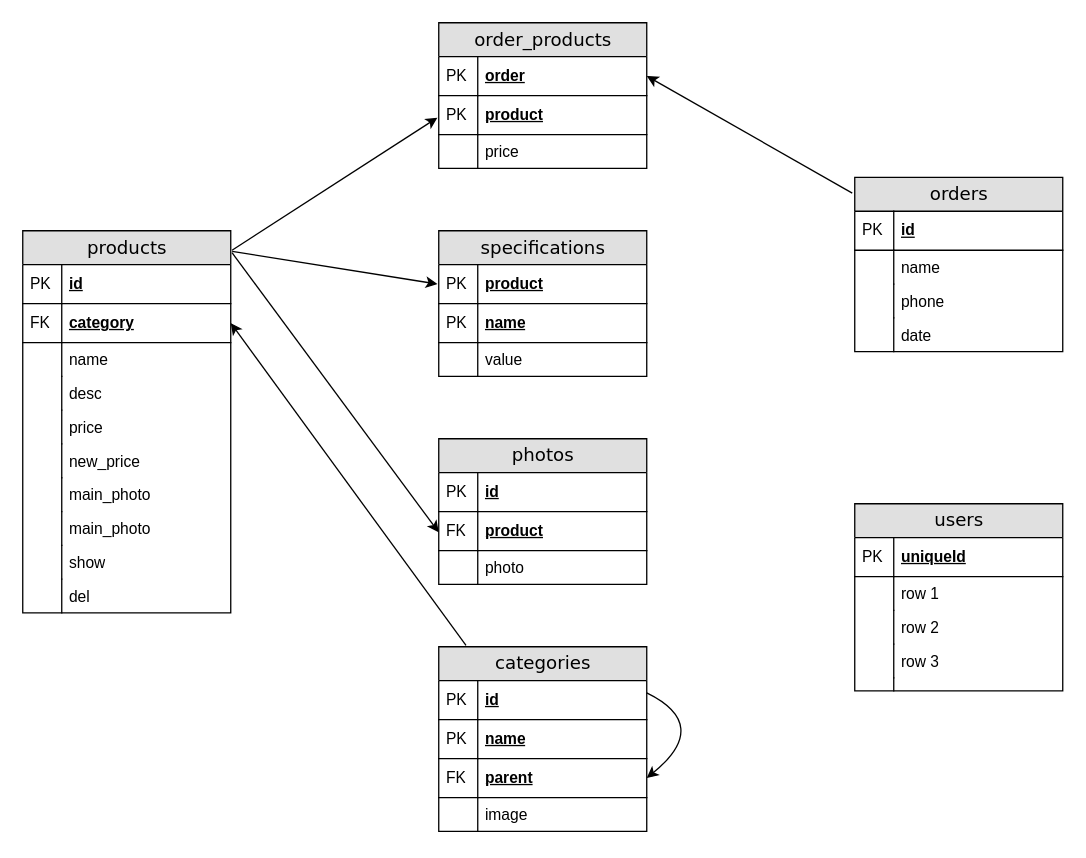
Before: schema.drawio in ahr9n/delivery-food, a draw.io diagram. Source tidied: cells renumbered, new cells numbered last; positions are measured from the earlier drawing's top-left corner, leaving out a move shared by most shapes. Both pictures are drawn from the tidied source at 130%, with x=0, y=0 at pixel (22, 22).
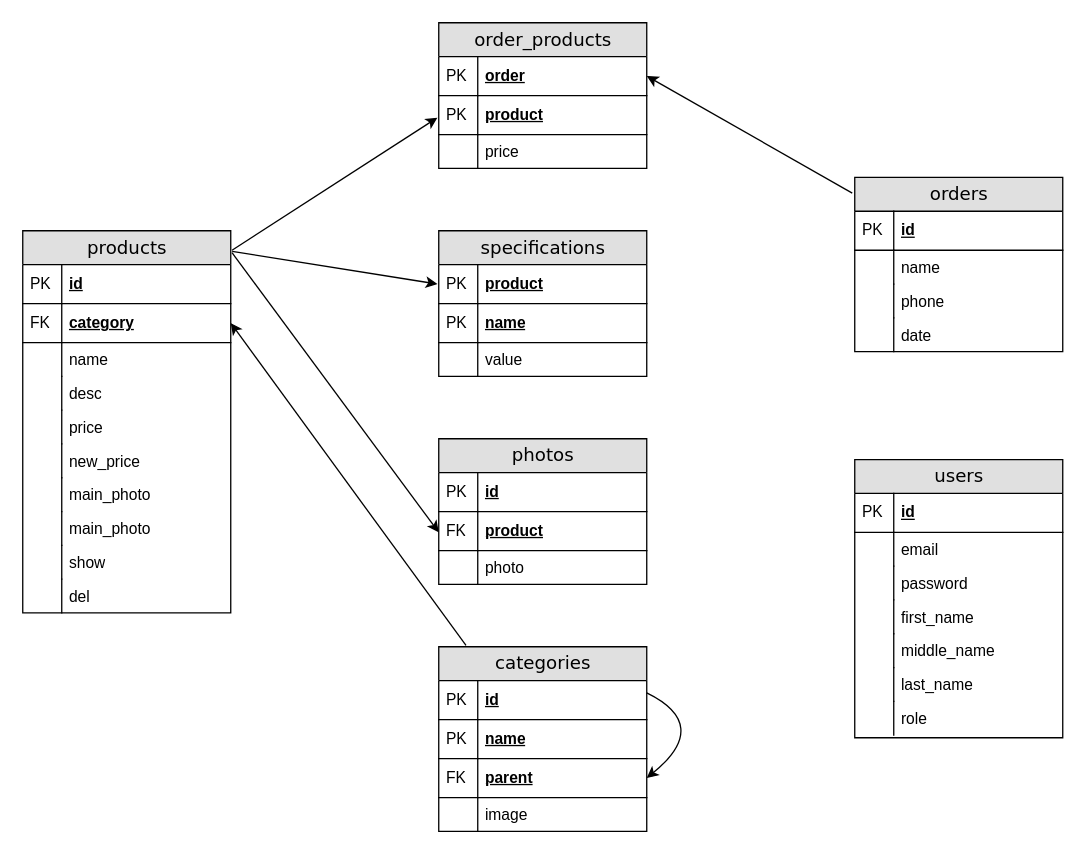
The same diagram, later.

Diff of the diagram source:
```diff
@@
     <mxCell id="16" value="users" style="swimlane;html=1;fontStyle=0;horizontal=1;startSize=26;fillColor=#e0e0e0;swimlaneFillColor=#ffffff;align=center;rounded=0;shadow=0;comic=0;labelBackgroundColor=none;strokeWidth=1;fontFamily=Verdana;fontSize=14;" parent="1" vertex="1">
-      <mxGeometry x="640" y="370" width="160" height="144" as="geometry" />
+      <mxGeometry x="640" y="336" width="160" height="214" as="geometry" />
     </mxCell>
-    <mxCell id="17" value="uniqueId" style="shape=partialRectangle;top=0;left=0;right=0;bottom=1;html=1;align=left;verticalAlign=middle;fillColor=none;spacingLeft=34;spacingRight=4;whiteSpace=wrap;overflow=hidden;fontStyle=5;" parent="16" vertex="1">
+    <mxCell id="17" value="id" style="shape=partialRectangle;top=0;left=0;right=0;bottom=1;html=1;align=left;verticalAlign=middle;fillColor=none;spacingLeft=34;spacingRight=4;whiteSpace=wrap;overflow=hidden;fontStyle=5;" parent="16" vertex="1">
       <mxGeometry y="26" width="160" height="30" as="geometry" />
     </mxCell>
@@
-    <mxCell id="19" value="row 1" style="shape=partialRectangle;top=0;left=0;right=0;bottom=0;html=1;align=left;verticalAlign=top;fillColor=none;spacingLeft=34;spacingRight=4;whiteSpace=wrap;overflow=hidden;" parent="16" vertex="1">
+    <mxCell id="19" value="email" style="shape=partialRectangle;top=0;left=0;right=0;bottom=0;html=1;align=left;verticalAlign=top;fillColor=none;spacingLeft=34;spacingRight=4;whiteSpace=wrap;overflow=hidden;" parent="16" vertex="1">
       <mxGeometry y="56" width="160" height="26" as="geometry" />
     </mxCell>
@@
-    <mxCell id="21" value="row 2" style="shape=partialRectangle;top=0;left=0;right=0;bottom=0;html=1;align=left;verticalAlign=top;fillColor=none;spacingLeft=34;spacingRight=4;whiteSpace=wrap;overflow=hidden;" parent="16" vertex="1">
+    <mxCell id="21" value="password" style="shape=partialRectangle;top=0;left=0;right=0;bottom=0;html=1;align=left;verticalAlign=top;fillColor=none;spacingLeft=34;spacingRight=4;whiteSpace=wrap;overflow=hidden;" parent="16" vertex="1">
       <mxGeometry y="82" width="160" height="26" as="geometry" />
     </mxCell>
@@
+    <mxCell id="79" value="first_name" style="shape=partialRectangle;top=0;left=0;right=0;bottom=0;html=1;align=left;verticalAlign=top;fillColor=none;spacingLeft=34;spacingRight=4;whiteSpace=wrap;overflow=hidden;" parent="16" vertex="1">
+      <mxGeometry y="108" width="160" height="26" as="geometry" />
+    </mxCell>
+    <mxCell id="80" style="shape=partialRectangle;top=0;left=0;bottom=0;html=1;fillColor=none;align=left;verticalAlign=top;spacingLeft=4;spacingRight=4;whiteSpace=wrap;overflow=hidden;" parent="79" vertex="1">
+      <mxGeometry width="30" height="26" as="geometry" />
+    </mxCell>
+    <mxCell id="81" value="middle_name" style="shape=partialRectangle;top=0;left=0;right=0;bottom=0;html=1;align=left;verticalAlign=top;fillColor=none;spacingLeft=34;spacingRight=4;whiteSpace=wrap;overflow=hidden;" parent="16" vertex="1">
+      <mxGeometry y="134" width="160" height="26" as="geometry" />
+    </mxCell>
+    <mxCell id="82" style="shape=partialRectangle;top=0;left=0;bottom=0;html=1;fillColor=none;align=left;verticalAlign=top;spacingLeft=4;spacingRight=4;whiteSpace=wrap;overflow=hidden;" parent="81" vertex="1">
+      <mxGeometry width="30" height="26" as="geometry" />
+    </mxCell>
+    <mxCell id="83" value="last_name" style="shape=partialRectangle;top=0;left=0;right=0;bottom=0;html=1;align=left;verticalAlign=top;fillColor=none;spacingLeft=34;spacingRight=4;whiteSpace=wrap;overflow=hidden;" parent="16" vertex="1">
+      <mxGeometry y="160" width="160" height="26" as="geometry" />
+    </mxCell>
+    <mxCell id="84" style="shape=partialRectangle;top=0;left=0;bottom=0;html=1;fillColor=none;align=left;verticalAlign=top;spacingLeft=4;spacingRight=4;whiteSpace=wrap;overflow=hidden;" parent="83" vertex="1">
+      <mxGeometry width="30" height="26" as="geometry" />
+    </mxCell>
-    <mxCell id="23" value="row 3" style="shape=partialRectangle;top=0;left=0;right=0;bottom=0;html=1;align=left;verticalAlign=top;fillColor=none;spacingLeft=34;spacingRight=4;whiteSpace=wrap;overflow=hidden;" parent="16" vertex="1">
-      <mxGeometry y="108" width="160" height="26" as="geometry" />
+    <mxCell id="23" value="role" style="shape=partialRectangle;top=0;left=0;right=0;bottom=0;html=1;align=left;verticalAlign=top;fillColor=none;spacingLeft=34;spacingRight=4;whiteSpace=wrap;overflow=hidden;" parent="16" vertex="1">
+      <mxGeometry y="186" width="160" height="26" as="geometry" />
     </mxCell>
@@
-    <mxCell id="25" style="shape=partialRectangle;top=0;left=0;right=0;bottom=0;html=1;align=left;verticalAlign=top;fillColor=none;spacingLeft=34;spacingRight=4;whiteSpace=wrap;overflow=hidden;" parent="16" vertex="1">
-      <mxGeometry y="134" width="160" height="10" as="geometry" />
-    </mxCell>
-    <mxCell id="26" style="shape=partialRectangle;top=0;left=0;bottom=0;html=1;fillColor=none;align=left;verticalAlign=top;spacingLeft=4;spacingRight=4;whiteSpace=wrap;overflow=hidden;" parent="25" vertex="1">
-      <mxGeometry width="30" height="10" as="geometry" />
-    </mxCell>
```
